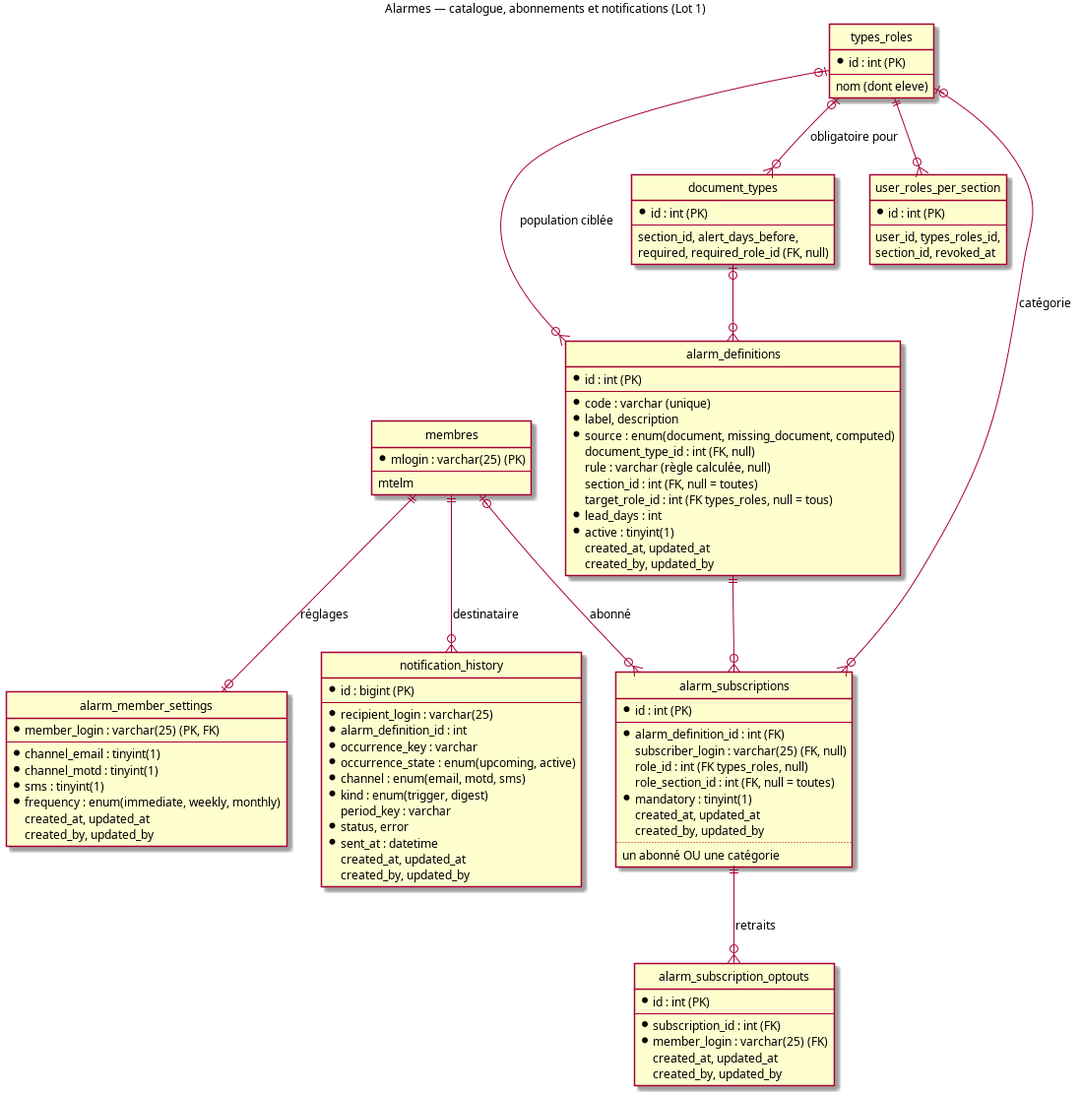
Earlier version of the PlantUML export doc/design_notes/diagrams/abonnements_alarmes.png (flub78/gvv). Its source is kept beside it as doc/design_notes/diagrams/abonnements_alarmes.puml.
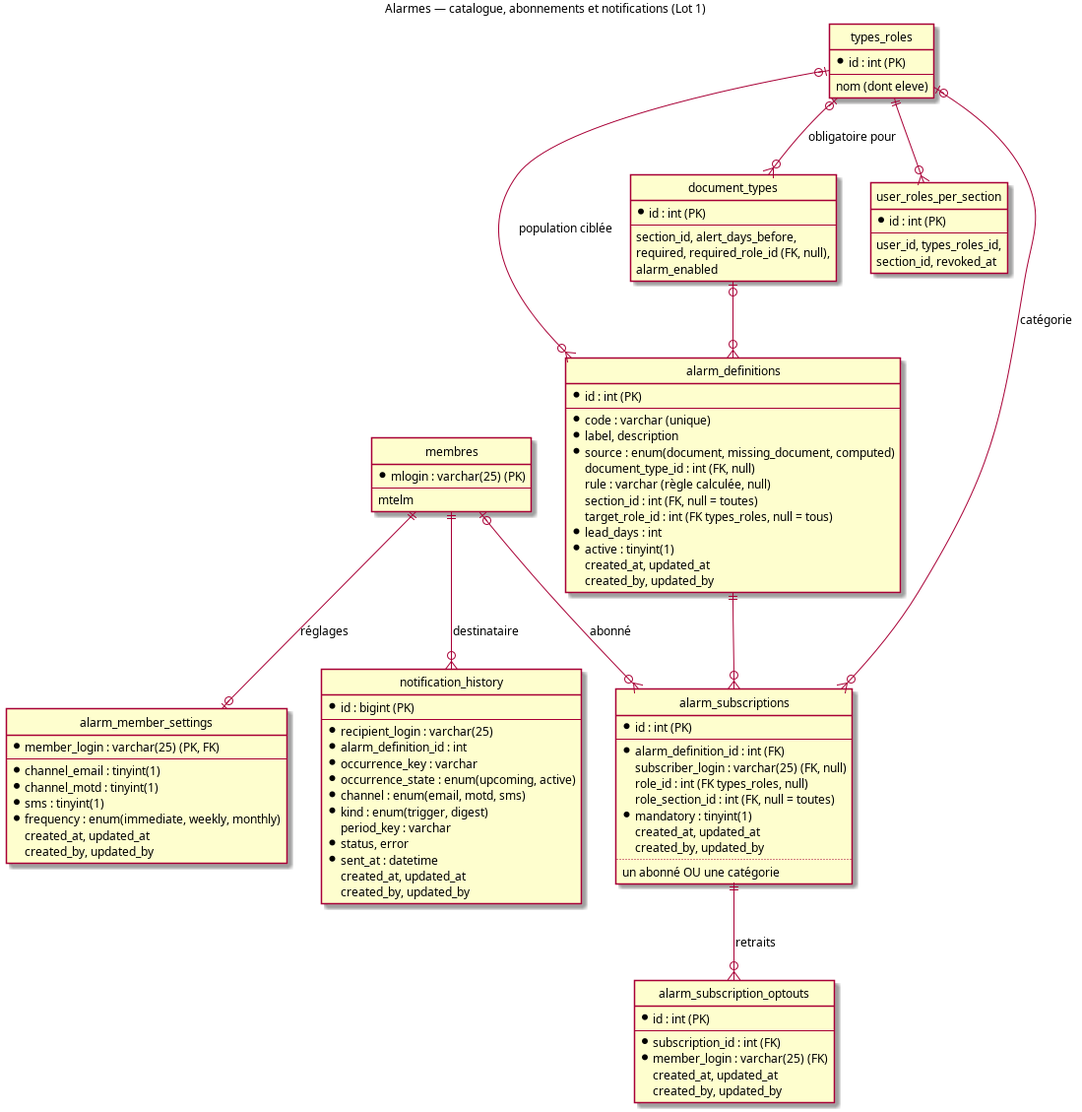
Later version of the same file.

Change to the diagram source:
```diff
@@ -95,7 +95,8 @@
   * id : int (PK)
   --
   section_id, alert_days_before,
-  required, required_role_id (FK, null)
+  required, required_role_id (FK, null),
+  alarm_enabled
 }
 
 alarm_definitions ||--o{ alarm_subscriptions
```
